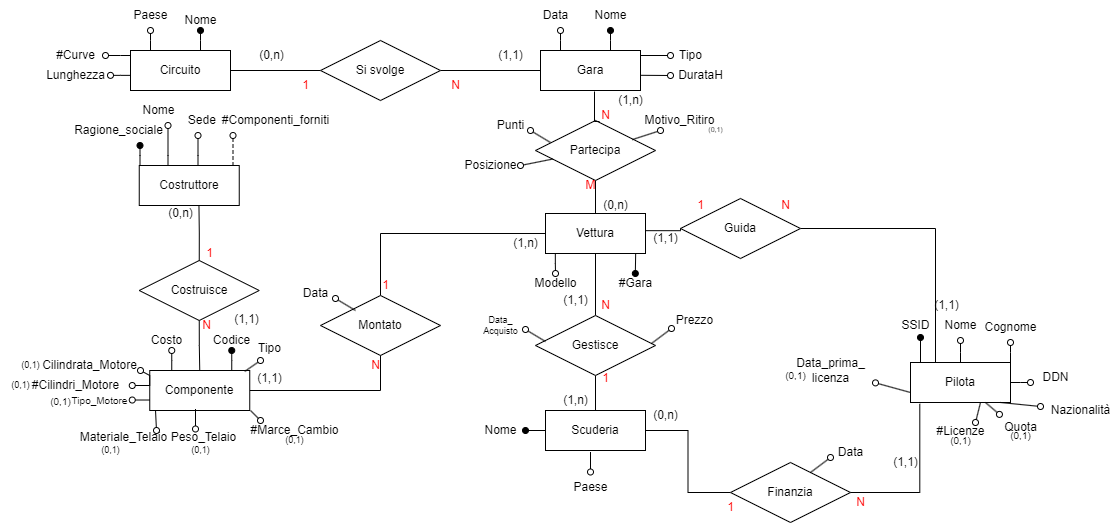
The draw.io diagram II_Anno/Primo_Semestre/BD(Professori Polese, Caruccio, BB)/Progetti/2023-2024/Peppe-Pasquale/ristrutturato.drawio.png in GiuseppePastena23/UNISA, before a commit. Source tidied: cells renumbered, new cells last; positions are measured from the earlier drawing's top-left corner, leaving out a move shared by most shapes.
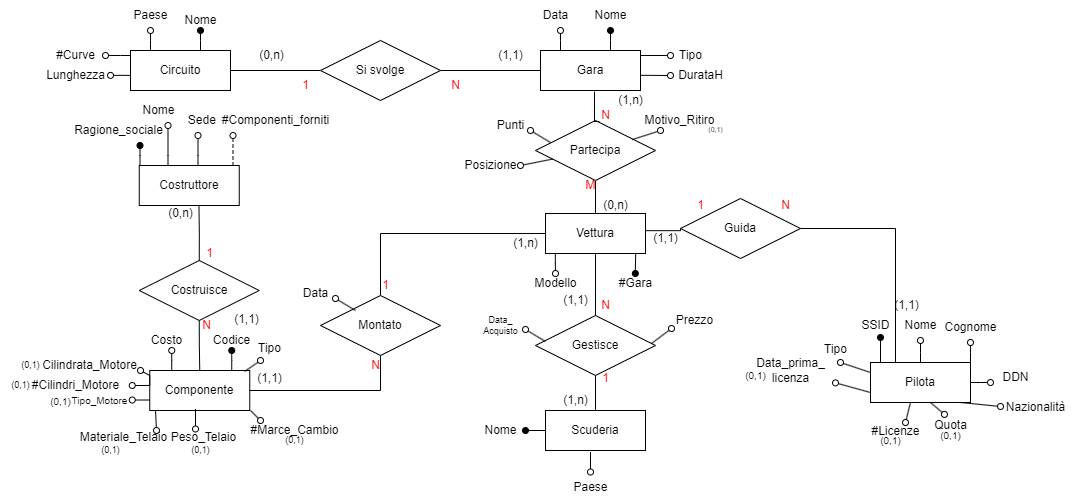
After the commit.

The edit, as a diff of the source:
```diff
@@ -6,64 +6,65 @@
       <mxGeometry relative="1" as="geometry" />
     </mxCell>
     <mxCell id="3" value="Pilota" style="html=1;align=center;fontStyle=0;labelBackgroundColor=none;fontColor=default;whiteSpace=wrap;labelBorderColor=none;verticalAlign=middle;horizontal=1;fontFamily=Helvetica;" parent="1" vertex="1">
-      <mxGeometry x="910" y="362" width="100" height="40" as="geometry" />
+      <mxGeometry x="870" y="362" width="100" height="40" as="geometry" />
     </mxCell>
     <mxCell id="4" style="endArrow=oval;html=1;rounded=0;exitX=0.1;exitY=0;exitDx=0;exitDy=0;exitPerimeter=0;endFill=0;labelBackgroundColor=none;fontColor=default;" parent="1" edge="1" target="5">
       <mxGeometry relative="1" as="geometry">
-        <mxPoint x="960" y="362" as="sourcePoint" />
+        <mxPoint x="920" y="362" as="sourcePoint" />
         <Array as="points">
-          <mxPoint x="960" y="352" />
+          <mxPoint x="920" y="352" />
         </Array>
       </mxGeometry>
     </mxCell>
     <mxCell id="5" value="Nome" style="text;html=1;align=center;verticalAlign=middle;points=[];strokeColor=none;fillColor=none;labelBackgroundColor=none;" parent="1" vertex="1">
-      <mxGeometry x="930" y="310" width="60" height="30" as="geometry" />
+      <mxGeometry x="890" y="310" width="60" height="30" as="geometry" />
     </mxCell>
     <mxCell id="6" style="endArrow=oval;html=1;rounded=0;exitX=0.5;exitY=0;exitDx=0;exitDy=0;endFill=0;labelBackgroundColor=none;fontColor=default;" parent="1" edge="1">
       <mxGeometry relative="1" as="geometry">
-        <mxPoint x="1010" y="362" as="sourcePoint" />
-        <mxPoint x="1010" y="342" as="targetPoint" />
+        <mxPoint x="970" y="362" as="sourcePoint" />
+        <mxPoint x="970" y="342" as="targetPoint" />
         <Array as="points">
-          <mxPoint x="1010" y="352" />
+          <mxPoint x="970" y="352" />
         </Array>
       </mxGeometry>
     </mxCell>
     <mxCell id="7" value="Cognome" style="text;html=1;align=center;verticalAlign=middle;strokeColor=none;fillColor=none;labelBackgroundColor=none;" parent="1" vertex="1">
-      <mxGeometry x="970" y="312" width="80" height="30" as="geometry" />
+      <mxGeometry x="930" y="312" width="80" height="30" as="geometry" />
     </mxCell>
     <mxCell id="8" style="endArrow=oval;html=1;rounded=0;endFill=1;" parent="1" edge="1">
       <mxGeometry relative="1" as="geometry">
-        <mxPoint x="920" y="337" as="sourcePoint" />
-        <mxPoint x="920" y="337" as="targetPoint" />
+        <mxPoint x="880" y="337" as="sourcePoint" />
+        <mxPoint x="880" y="337" as="targetPoint" />
         <Array as="points">
-          <mxPoint x="920" y="362" />
+          <mxPoint x="880" y="362" />
         </Array>
       </mxGeometry>
     </mxCell>
     <mxCell id="9" style="endArrow=oval;html=1;rounded=0;endFill=0;labelBackgroundColor=none;fontColor=default;exitX=1;exitY=0.5;exitDx=0;exitDy=0;entryX=0;entryY=0.664;entryDx=0;entryDy=0;entryPerimeter=0;" parent="1" edge="1" source="3" target="10">
       <mxGeometry relative="1" as="geometry">
         <Array as="points">
-          <mxPoint x="1020" y="382" />
-          <mxPoint x="1030" y="382" />
+          <mxPoint x="980" y="382" />
+          <mxPoint x="990" y="382" />
         </Array>
       </mxGeometry>
     </mxCell>
     <mxCell id="10" value="DDN" style="text;html=1;align=center;verticalAlign=middle;points=[];strokeColor=none;fillColor=none;rotation=0;" parent="1" vertex="1">
-      <mxGeometry x="1030" y="362" width="50" height="30" as="geometry" />
+      <mxGeometry x="990" y="362" width="50" height="30" as="geometry" />
     </mxCell>
-    <mxCell id="11" style="endArrow=oval;html=1;rounded=0;endFill=0;labelBackgroundColor=none;fontColor=default;" parent="1" edge="1" target="12">
+    <mxCell id="11" style="endArrow=oval;html=1;rounded=0;endFill=0;labelBackgroundColor=none;fontColor=default;" parent="1" edge="1">
       <mxGeometry relative="1" as="geometry">
-        <mxPoint x="1000" y="402" as="sourcePoint" />
+        <mxPoint x="960" y="402" as="sourcePoint" />
+        <mxPoint x="1000" y="406" as="targetPoint" />
       </mxGeometry>
     </mxCell>
     <mxCell id="12" value="Nazionalità" style="text;html=1;align=center;verticalAlign=middle;points=[];strokeColor=none;fillColor=none;rotation=0;" parent="1" vertex="1">
-      <mxGeometry x="1040" y="395" width="80" height="30" as="geometry" />
+      <mxGeometry x="995" y="391.5" width="80" height="30" as="geometry" />
     </mxCell>
     <mxCell id="13" value="Data_prima_&lt;br&gt;licenza" style="text;html=1;align=center;verticalAlign=middle;points=[];strokeColor=none;fillColor=none;" parent="1" vertex="1">
-      <mxGeometry x="785" y="350" width="90" height="40" as="geometry" />
+      <mxGeometry x="745" y="350" width="90" height="40" as="geometry" />
     </mxCell>
     <mxCell id="14" value="#Licenze" style="text;html=1;align=center;verticalAlign=middle;strokeColor=none;fillColor=none;" parent="1" vertex="1">
-      <mxGeometry x="925" y="416" width="70" height="30" as="geometry" />
+      <mxGeometry x="860" y="416" width="70" height="30" as="geometry" />
     </mxCell>
     <mxCell id="15" value="Scuderia" style="html=1;align=center;fontStyle=0;labelBackgroundColor=none;fontColor=default;whiteSpace=wrap;labelBorderColor=none;verticalAlign=middle;horizontal=1;fontFamily=Helvetica;" parent="1" vertex="1">
       <mxGeometry x="545" y="410" width="100" height="40" as="geometry" />
@@ -416,21 +417,6 @@
     <mxCell id="90" value="Data" style="text;html=1;align=center;verticalAlign=middle;strokeColor=none;fillColor=none;labelBackgroundColor=none;" parent="1" vertex="1">
       <mxGeometry x="290" y="278" width="50" height="30" as="geometry" />
     </mxCell>
-    <mxCell id="91" style="edgeStyle=orthogonalEdgeStyle;rounded=0;jettySize=auto;html=1;exitX=0;exitY=0.5;exitDx=0;exitDy=0;entryX=1;entryY=0.5;entryDx=0;entryDy=0;endArrow=none;endFill=0;" parent="1" edge="1" source="92" target="15">
-      <mxGeometry relative="1" as="geometry" />
-    </mxCell>
-    <mxCell id="92" value="Finanzia" style="shape=rhombus;perimeter=rhombusPerimeter;whiteSpace=wrap;html=1;align=center;" parent="1" vertex="1">
-      <mxGeometry x="730" y="462" width="120" height="60" as="geometry" />
-    </mxCell>
-    <mxCell id="93" style="endArrow=oval;html=1;rounded=0;exitX=0.125;exitY=0.367;exitDx=0;exitDy=0;exitPerimeter=0;endFill=0;" parent="1" edge="1">
-      <mxGeometry relative="1" as="geometry">
-        <mxPoint x="810" y="472" as="sourcePoint" />
-        <mxPoint x="830" y="457" as="targetPoint" />
-      </mxGeometry>
-    </mxCell>
-    <mxCell id="94" value="Data" style="text;html=1;align=center;verticalAlign=middle;strokeColor=none;fillColor=none;labelBackgroundColor=none;" parent="1" vertex="1">
-      <mxGeometry x="825" y="437" width="50" height="30" as="geometry" />
-    </mxCell>
     <mxCell id="95" value="(1,1)" style="text;html=1;align=center;verticalAlign=middle;strokeColor=none;fillColor=none;" parent="1" vertex="1">
       <mxGeometry x="485" y="40" width="50" height="30" as="geometry" />
     </mxCell>
@@ -479,15 +465,6 @@
     <mxCell id="110" value="(1,1)" style="text;html=1;align=center;verticalAlign=middle;strokeColor=none;fillColor=none;" parent="1" vertex="1">
       <mxGeometry x="640" y="223" width="50" height="30" as="geometry" />
     </mxCell>
-    <mxCell id="111" value="1" style="text;html=1;align=center;verticalAlign=middle;strokeColor=none;fillColor=none;fontColor=#ff0000;" parent="1" vertex="1">
-      <mxGeometry x="715" y="492" width="30" height="30" as="geometry" />
-    </mxCell>
-    <mxCell id="112" value="N" style="text;html=1;align=center;verticalAlign=middle;strokeColor=none;fillColor=none;fontColor=#ff0000;" parent="1" vertex="1">
-      <mxGeometry x="845" y="487" width="30" height="30" as="geometry" />
-    </mxCell>
-    <mxCell id="113" value="(0,n)" style="text;html=1;align=center;verticalAlign=middle;strokeColor=none;fillColor=none;" parent="1" vertex="1">
-      <mxGeometry x="640" y="400" width="50" height="30" as="geometry" />
-    </mxCell>
     <mxCell id="114" value="1" style="text;html=1;align=center;verticalAlign=middle;strokeColor=none;fillColor=none;fontColor=#ff0000;" parent="1" vertex="1">
       <mxGeometry x="193.8" y="238" width="30" height="30" as="geometry" />
     </mxCell>
@@ -495,7 +472,7 @@
       <mxGeometry x="191.2" y="310" width="30" height="30" as="geometry" />
     </mxCell>
     <mxCell id="116" value="SSID" style="text;html=1;align=center;verticalAlign=middle;strokeColor=none;fillColor=none;" parent="1" vertex="1">
-      <mxGeometry x="890" y="310" width="50" height="30" as="geometry" />
+      <mxGeometry x="850" y="310" width="50" height="30" as="geometry" />
     </mxCell>
     <mxCell id="117" value="(0,n)" style="text;html=1;align=center;verticalAlign=middle;strokeColor=none;fillColor=none;" parent="1" vertex="1">
       <mxGeometry x="155" y="198" width="50" height="30" as="geometry" />
@@ -524,11 +501,12 @@
       <mxGeometry x="450" y="150" width="80" height="30" as="geometry" />
     </mxCell>
     <mxCell id="125" value="Quota" style="text;html=1;align=center;verticalAlign=middle;points=[];strokeColor=none;fillColor=none;" parent="1" vertex="1">
-      <mxGeometry x="990" y="412" width="60" height="30" as="geometry" />
+      <mxGeometry x="920" y="410" width="60" height="30" as="geometry" />
     </mxCell>
-    <mxCell id="126" style="endArrow=oval;html=1;rounded=0;endFill=0;entryX=0.149;entryY=0.063;entryDx=0;entryDy=0;entryPerimeter=0;" parent="1" edge="1" target="125">
+    <mxCell id="126" style="endArrow=oval;html=1;rounded=0;endFill=0;entryX=0.149;entryY=0.063;entryDx=0;entryDy=0;entryPerimeter=0;" parent="1" edge="1">
       <mxGeometry relative="1" as="geometry">
-        <mxPoint x="985" y="402" as="sourcePoint" />
+        <mxPoint x="930" y="402" as="sourcePoint" />
+        <mxPoint x="943.9" y="413.9" as="targetPoint" />
       </mxGeometry>
     </mxCell>
     <mxCell id="127" style="endArrow=oval;html=1;rounded=0;exitX=0.5;exitY=0;exitDx=0;exitDy=0;endFill=0;labelBackgroundColor=none;fontColor=default;" parent="1" edge="1">
@@ -574,29 +552,23 @@
     </mxCell>
     <mxCell id="134" style="endArrow=oval;html=1;rounded=0;endFill=0;" parent="1" edge="1">
       <mxGeometry relative="1" as="geometry">
-        <mxPoint x="980" y="402" as="sourcePoint" />
-        <mxPoint x="975" y="422" as="targetPoint" />
+        <mxPoint x="910" y="402" as="sourcePoint" />
+        <mxPoint x="905" y="422" as="targetPoint" />
       </mxGeometry>
     </mxCell>
     <mxCell id="135" style="endArrow=oval;html=1;rounded=0;exitX=0;exitY=1;exitDx=0;exitDy=0;endFill=0;" parent="1" edge="1" target="13">
       <mxGeometry relative="1" as="geometry">
-        <mxPoint x="910" y="392" as="sourcePoint" />
+        <mxPoint x="870" y="392" as="sourcePoint" />
       </mxGeometry>
     </mxCell>
-    <mxCell id="136" style="edgeStyle=orthogonalEdgeStyle;rounded=0;jettySize=auto;html=1;exitX=1;exitY=0.5;exitDx=0;exitDy=0;entryX=0.093;entryY=1.033;entryDx=0;entryDy=0;entryPerimeter=0;endArrow=none;endFill=0;" parent="1" edge="1" source="92" target="3">
-      <mxGeometry relative="1" as="geometry" />
-    </mxCell>
-    <mxCell id="137" value="(1,1)" style="text;html=1;align=center;verticalAlign=middle;strokeColor=none;fillColor=none;" parent="1" vertex="1">
-      <mxGeometry x="880" y="447" width="50" height="30" as="geometry" />
-    </mxCell>
     <mxCell id="138" value="(0,1)" style="text;html=1;align=center;verticalAlign=middle;strokeColor=none;fillColor=none;fontSize=10;" parent="1" vertex="1">
-      <mxGeometry x="1000" y="420" width="40" height="30" as="geometry" />
+      <mxGeometry x="930" y="420" width="40" height="30" as="geometry" />
     </mxCell>
     <mxCell id="139" value="(0,1)" style="text;html=1;align=center;verticalAlign=middle;strokeColor=none;fillColor=none;fontSize=10;" parent="1" vertex="1">
-      <mxGeometry x="940" y="425" width="40" height="30" as="geometry" />
+      <mxGeometry x="870" y="425" width="40" height="30" as="geometry" />
     </mxCell>
     <mxCell id="140" value="(0,1)" style="text;html=1;align=center;verticalAlign=middle;strokeColor=none;fillColor=none;fontSize=10;" parent="1" vertex="1">
-      <mxGeometry x="775" y="360" width="40" height="30" as="geometry" />
+      <mxGeometry x="735" y="360" width="40" height="30" as="geometry" />
     </mxCell>
     <mxCell id="141" value="(0,1)" style="text;html=1;align=center;verticalAlign=middle;strokeColor=none;fillColor=none;fontSize=9;" parent="1" vertex="1">
       <mxGeometry x="10" y="355" width="40" height="20" as="geometry" />
@@ -622,7 +594,15 @@
       </mxGeometry>
     </mxCell>
     <mxCell id="148" value="(1,1)" style="text;html=1;align=center;verticalAlign=middle;strokeColor=none;fillColor=none;" parent="1" vertex="1">
-      <mxGeometry x="921" y="290" width="50" height="30" as="geometry" />
+      <mxGeometry x="881" y="290" width="50" height="30" as="geometry" />
     </mxCell>
+    <mxCell id="149" value="Tipo" style="text;html=1;align=center;verticalAlign=middle;strokeColor=none;fillColor=none;" parent="1" vertex="1">
+      <mxGeometry x="810" y="334" width="50" height="30" as="geometry" />
+    </mxCell>
+    <mxCell id="150" style="endArrow=oval;html=1;rounded=0;endFill=0;exitX=0;exitY=0.25;exitDx=0;exitDy=0;" parent="1" edge="1" source="3">
+      <mxGeometry relative="1" as="geometry">
+        <mxPoint x="840" y="362" as="targetPoint" />
+      </mxGeometry>
+    </mxCell>
   </root>
 </mxGraphModel>
```
